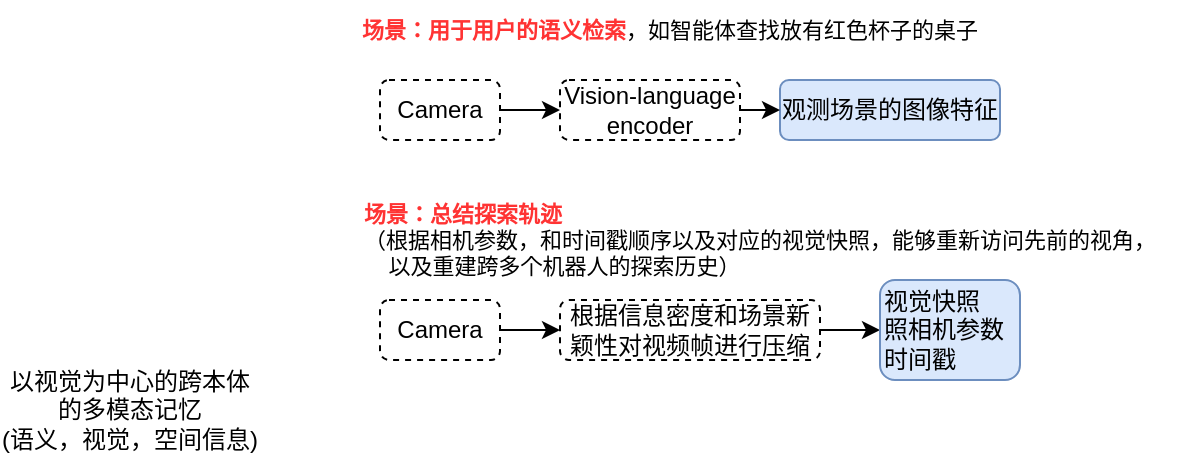
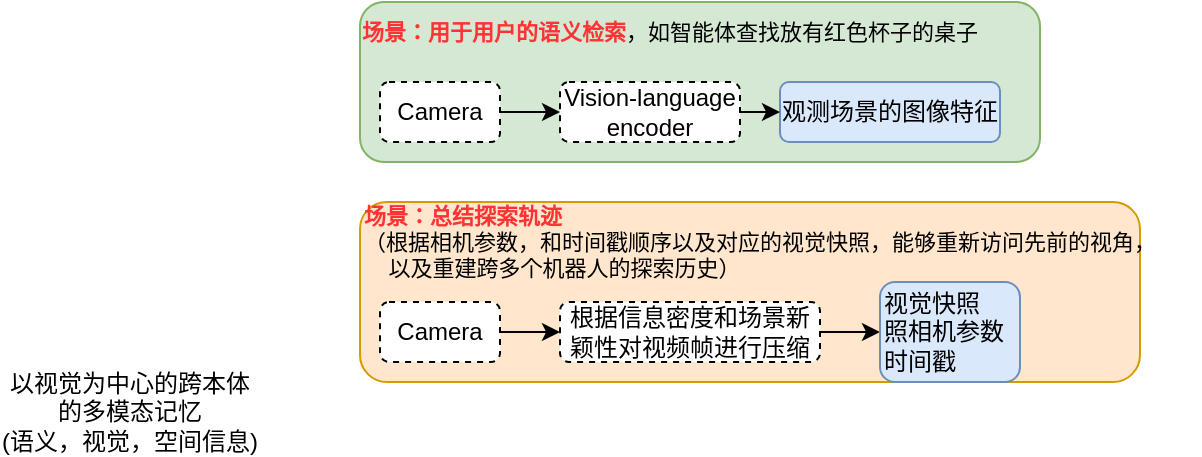
<mxfile host="app.diagrams.net">
  <diagram name="第 1 页" id="ri1UiOSOw__C7K71Jf-3">
    <mxGraphModel dx="884" dy="479" grid="1" gridSize="10" guides="1" tooltips="1" connect="1" arrows="1" fold="1" page="1" pageScale="1" pageWidth="3300" pageHeight="2339" math="0" shadow="0">
      <root>
        <mxCell id="0" />
        <mxCell id="1" parent="0" />
+         <mxCell id="8uAygAgR7DF40HWwl34I-17" parent="1" style="rounded=1;whiteSpace=wrap;html=1;fillColor=#ffe6cc;strokeColor=#d79b00;" value="" vertex="1">
+           <mxGeometry height="90" width="390" x="200" y="170" as="geometry" />
+         </mxCell>
+         <mxCell id="8uAygAgR7DF40HWwl34I-16" parent="1" style="rounded=1;whiteSpace=wrap;html=1;fillColor=#d5e8d4;strokeColor=#82b366;" value="" vertex="1">
+           <mxGeometry height="80" width="340" x="200" y="70" as="geometry" />
+         </mxCell>
        <mxCell id="8uAygAgR7DF40HWwl34I-1" parent="1" style="text;html=1;whiteSpace=wrap;strokeColor=none;fillColor=none;align=center;verticalAlign=middle;rounded=0;" value="以视觉为中心的跨本体的多模态记忆&lt;br&gt;(语义，视觉，空间信息)" vertex="1">
          <mxGeometry height="30" width="130" x="20" y="260" as="geometry" />
        </mxCell>
        <mxCell id="8uAygAgR7DF40HWwl34I-2" parent="1" style="rounded=1;whiteSpace=wrap;html=1;fillColor=#dae8fc;strokeColor=#6c8ebf;" value="观测场景的图像特征" vertex="1">
          <mxGeometry height="30" width="110" x="410" y="110" as="geometry" />
        </mxCell>
        <mxCell id="8uAygAgR7DF40HWwl34I-5" edge="1" parent="1" source="8uAygAgR7DF40HWwl34I-3" style="edgeStyle=orthogonalEdgeStyle;rounded=0;orthogonalLoop=1;jettySize=auto;html=1;exitX=1;exitY=0.5;exitDx=0;exitDy=0;entryX=0;entryY=0.5;entryDx=0;entryDy=0;" target="8uAygAgR7DF40HWwl34I-2">
          <mxGeometry relative="1" as="geometry" />
        </mxCell>
        <mxCell id="8uAygAgR7DF40HWwl34I-3" parent="1" style="rounded=1;whiteSpace=wrap;html=1;dashed=1;" value="Vision-language encoder" vertex="1">
          <mxGeometry height="30" width="90" x="300" y="110" as="geometry" />
        </mxCell>
        <mxCell id="8uAygAgR7DF40HWwl34I-6" edge="1" parent="1" source="8uAygAgR7DF40HWwl34I-4" style="edgeStyle=orthogonalEdgeStyle;rounded=0;orthogonalLoop=1;jettySize=auto;html=1;exitX=1;exitY=0.5;exitDx=0;exitDy=0;entryX=0;entryY=0.5;entryDx=0;entryDy=0;" target="8uAygAgR7DF40HWwl34I-3">
          <mxGeometry relative="1" as="geometry" />
        </mxCell>
        <mxCell id="8uAygAgR7DF40HWwl34I-4" parent="1" style="rounded=1;whiteSpace=wrap;html=1;dashed=1;" value="Camera" vertex="1">
          <mxGeometry height="30" width="60" x="210" y="110" as="geometry" />
        </mxCell>
        <mxCell id="8uAygAgR7DF40HWwl34I-7" parent="1" style="text;html=1;whiteSpace=wrap;strokeColor=none;fillColor=none;align=center;verticalAlign=middle;rounded=0;fontSize=11;" value="&lt;b&gt;&lt;font style=&quot;color: rgb(255, 51, 51);&quot;&gt;场景：用于用户的语义检索&lt;/font&gt;&lt;/b&gt;，如智能体查找放有红色杯子的桌子" vertex="1">
          <mxGeometry height="30" width="310" x="200" y="70" as="geometry" />
        </mxCell>
        <mxCell id="8uAygAgR7DF40HWwl34I-10" edge="1" parent="1" source="8uAygAgR7DF40HWwl34I-8" style="edgeStyle=orthogonalEdgeStyle;rounded=0;orthogonalLoop=1;jettySize=auto;html=1;" target="8uAygAgR7DF40HWwl34I-9" value="">
          <mxGeometry relative="1" as="geometry" />
        </mxCell>
        <mxCell id="8uAygAgR7DF40HWwl34I-8" parent="1" style="rounded=1;whiteSpace=wrap;html=1;dashed=1;" value="Camera" vertex="1">
          <mxGeometry height="30" width="60" x="210" y="220" as="geometry" />
        </mxCell>
        <mxCell id="8uAygAgR7DF40HWwl34I-14" edge="1" parent="1" source="8uAygAgR7DF40HWwl34I-9" style="edgeStyle=orthogonalEdgeStyle;rounded=0;orthogonalLoop=1;jettySize=auto;html=1;exitX=1;exitY=0.5;exitDx=0;exitDy=0;entryX=0;entryY=0.5;entryDx=0;entryDy=0;" target="8uAygAgR7DF40HWwl34I-13">
          <mxGeometry relative="1" as="geometry" />
        </mxCell>
        <mxCell id="8uAygAgR7DF40HWwl34I-9" parent="1" style="rounded=1;whiteSpace=wrap;html=1;dashed=1;" value="根据信息密度和场景新颖性对视频帧进行压缩" vertex="1">
          <mxGeometry height="30" width="130" x="300" y="220" as="geometry" />
        </mxCell>
        <mxCell id="8uAygAgR7DF40HWwl34I-11" parent="1" style="text;html=1;whiteSpace=wrap;strokeColor=none;fillColor=none;align=left;verticalAlign=middle;rounded=0;fontSize=11;" value="&lt;b&gt;&lt;font style=&quot;color: rgb(255, 51, 51);&quot;&gt;场景：总结探索轨迹&lt;/font&gt;&lt;/b&gt;&lt;br&gt;（根据相机参数，和时间戳顺序以及对应的视觉快照，能够重新访问先前的视角，&lt;br&gt;&amp;nbsp; &amp;nbsp; 以及重建跨多个机器人的探索历史）" vertex="1">
          <mxGeometry height="40" width="420" x="200" y="170" as="geometry" />
        </mxCell>
        <mxCell id="8uAygAgR7DF40HWwl34I-13" parent="1" style="rounded=1;whiteSpace=wrap;html=1;fillColor=#dae8fc;strokeColor=#6c8ebf;align=left;" value="视觉快照&lt;br&gt;&lt;span style=&quot;&quot;&gt;照相机参数&lt;/span&gt;&lt;div style=&quot;&quot;&gt;时间戳&lt;/div&gt;" vertex="1">
          <mxGeometry height="50" width="70" x="460" y="210" as="geometry" />
        </mxCell>
      </root>
    </mxGraphModel>
  </diagram>
</mxfile>
